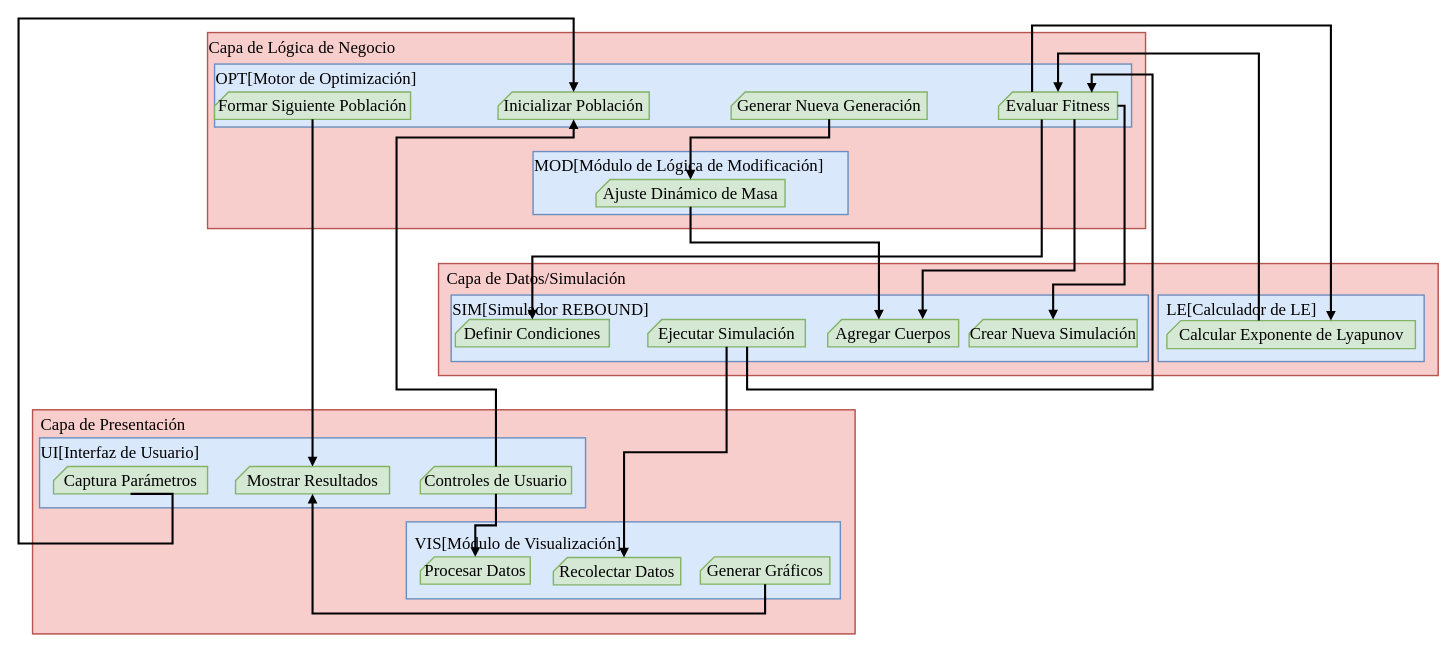
The draw.io diagram page "Extendido" (1 of 4) of img/Diseño/Arquitectura.drawio in CARBAJE/ReporteTecnico, before the edit. Source tidied: cells renumbered, new cells numbered last; positions are measured from the earlier drawing's top-left corner, leaving out a move shared by most shapes. Both pictures are drawn from the tidied source at 70%, with x=0, y=0 at pixel (18, 18).
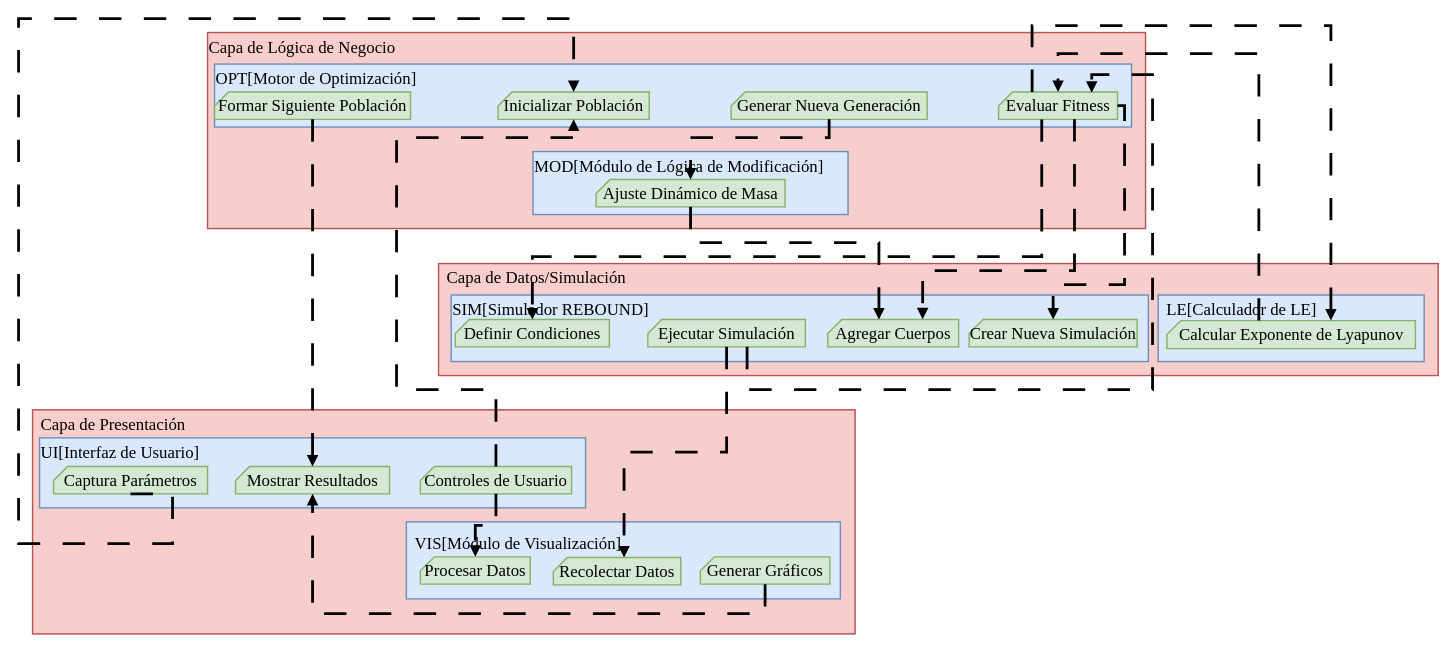
After the change.

The change refers to these unchanged cells:
```xml
<mxCell id="7" value="Inicializar Población" style="shape=card;whiteSpace=wrap;size=20;arcSize=12;strokeWidth=2;fontSize=24;fontFamily=Times New Roman;fillColor=#d5e8d4;strokeColor=#82b366;" parent="1" vertex="1">
  <mxGeometry x="685" y="105" width="216" height="39" as="geometry" />
</mxCell>
<mxCell id="8" value="Generar Nueva Generación" style="shape=card;whiteSpace=wrap;size=20;arcSize=12;strokeWidth=2;fontSize=24;fontFamily=Times New Roman;fillColor=#d5e8d4;strokeColor=#82b366;" parent="1" vertex="1">
  <mxGeometry x="1018" y="105" width="280" height="39" as="geometry" />
</mxCell>
<mxCell id="9" value="Evaluar Fitness" style="shape=card;whiteSpace=wrap;size=20;arcSize=12;strokeWidth=2;fontSize=24;fontFamily=Times New Roman;fillColor=#d5e8d4;strokeColor=#82b366;" parent="1" vertex="1">
  <mxGeometry x="1400" y="105" width="170" height="39" as="geometry" />
</mxCell>
<mxCell id="10" value="Formar Siguiente Población" style="shape=card;whiteSpace=wrap;size=20;arcSize=12;strokeWidth=2;fontSize=24;fontFamily=Times New Roman;fillColor=#d5e8d4;strokeColor=#82b366;" parent="1" vertex="1">
  <mxGeometry x="280" y="105" width="280" height="39" as="geometry" />
</mxCell>
<mxCell id="11" value="Ajuste Dinámico de Masa" style="shape=card;whiteSpace=wrap;size=20;arcSize=12;strokeWidth=2;fontSize=24;fontFamily=Times New Roman;fillColor=#d5e8d4;strokeColor=#82b366;" parent="1" vertex="1">
  <mxGeometry x="825" y="230" width="270" height="39" as="geometry" />
</mxCell>
<mxCell id="15" value="Crear Nueva Simulación" style="shape=card;whiteSpace=wrap;size=20;arcSize=12;strokeWidth=2;fontSize=24;fontFamily=Times New Roman;fillColor=#d5e8d4;strokeColor=#82b366;" parent="1" vertex="1">
  <mxGeometry x="1358" y="430" width="240" height="39" as="geometry" />
</mxCell>
<mxCell id="16" value="Agregar Cuerpos" style="shape=card;whiteSpace=wrap;size=20;arcSize=12;strokeWidth=2;fontSize=24;fontFamily=Times New Roman;fillColor=#d5e8d4;strokeColor=#82b366;" parent="1" vertex="1">
  <mxGeometry x="1156" y="430" width="187" height="39" as="geometry" />
</mxCell>
<mxCell id="17" value="Definir Condiciones" style="shape=card;whiteSpace=wrap;size=20;arcSize=12;strokeWidth=2;fontSize=24;fontFamily=Times New Roman;fillColor=#d5e8d4;strokeColor=#82b366;" parent="1" vertex="1">
  <mxGeometry x="624" y="430" width="220" height="39" as="geometry" />
</mxCell>
<mxCell id="18" value="Ejecutar Simulación" style="shape=card;whiteSpace=wrap;size=20;arcSize=12;strokeWidth=2;fontSize=24;fontFamily=Times New Roman;fillColor=#d5e8d4;strokeColor=#82b366;" parent="1" vertex="1">
  <mxGeometry x="899" y="430" width="225" height="39" as="geometry" />
</mxCell>
<mxCell id="19" value="Calcular Exponente de Lyapunov" style="shape=card;whiteSpace=wrap;size=20;arcSize=12;strokeWidth=2;fontSize=24;fontFamily=Times New Roman;fillColor=#d5e8d4;strokeColor=#82b366;" parent="1" vertex="1">
  <mxGeometry x="1640.5" y="431.5" width="355" height="40" as="geometry" />
</mxCell>
<mxCell id="23" value="Captura Parámetros" style="shape=card;whiteSpace=wrap;size=20;arcSize=12;strokeWidth=2;fontSize=24;fontFamily=Times New Roman;fillColor=#d5e8d4;strokeColor=#82b366;" parent="1" vertex="1">
  <mxGeometry x="50" y="640" width="220" height="39" as="geometry" />
</mxCell>
<mxCell id="24" value="Mostrar Resultados" style="shape=card;whiteSpace=wrap;size=20;arcSize=12;strokeWidth=2;fontSize=24;fontFamily=Times New Roman;fillColor=#d5e8d4;strokeColor=#82b366;" parent="1" vertex="1">
  <mxGeometry x="310" y="640" width="220" height="39" as="geometry" />
</mxCell>
<mxCell id="25" value="Controles de Usuario" style="shape=card;whiteSpace=wrap;size=20;arcSize=12;strokeWidth=2;fontSize=24;fontFamily=Times New Roman;fillColor=#d5e8d4;strokeColor=#82b366;" parent="1" vertex="1">
  <mxGeometry x="574" y="640" width="216" height="39" as="geometry" />
</mxCell>
<mxCell id="26" value="Recolectar Datos" style="shape=card;whiteSpace=wrap;size=20;arcSize=12;strokeWidth=2;fontSize=24;fontFamily=Times New Roman;fillColor=#d5e8d4;strokeColor=#82b366;" parent="1" vertex="1">
  <mxGeometry x="764" y="770" width="182" height="39" as="geometry" />
</mxCell>
<mxCell id="27" value="Procesar Datos" style="shape=card;whiteSpace=wrap;size=20;arcSize=12;strokeWidth=2;fontSize=24;fontFamily=Times New Roman;fillColor=#d5e8d4;strokeColor=#82b366;" parent="1" vertex="1">
  <mxGeometry x="574" y="769" width="157" height="39" as="geometry" />
</mxCell>
<mxCell id="28" value="Generar Gráficos" style="shape=card;whiteSpace=wrap;size=20;arcSize=12;strokeWidth=2;fontSize=24;fontFamily=Times New Roman;fillColor=#d5e8d4;strokeColor=#82b366;" parent="1" vertex="1">
  <mxGeometry x="974" y="769" width="185" height="39" as="geometry" />
</mxCell>
```

Change to the diagram source:
```diff
@@
-    <mxCell id="29" style="startArrow=none;endArrow=block;exitX=0.5;exitY=1;entryX=0.5;entryY=0;rounded=0;entryDx=0;entryDy=0;entryPerimeter=0;fontSize=24;fontFamily=Times New Roman;strokeWidth=3;edgeStyle=orthogonalEdgeStyle;" parent="1" edge="1" source="23" target="7">
+    <mxCell id="29" style="startArrow=none;endArrow=block;exitX=0.5;exitY=1;entryX=0.5;entryY=0;rounded=0;entryDx=0;entryDy=0;entryPerimeter=0;fontSize=24;fontFamily=Times New Roman;strokeWidth=4;edgeStyle=orthogonalEdgeStyle;dashed=1;dashPattern=8 8;" parent="1" edge="1" source="23" target="7">
       <mxGeometry relative="1" as="geometry">
         <Array as="points">
           <mxPoint x="220" y="679" />
           <mxPoint x="220" y="750" />
           <mxPoint y="750" />
           <mxPoint />
           <mxPoint x="793" />
         </Array>
       </mxGeometry>
     </mxCell>
-    <mxCell id="30" style="startArrow=none;endArrow=block;exitX=0.5;exitY=1;entryX=0.5;entryY=0;rounded=0;exitDx=0;exitDy=0;exitPerimeter=0;fontSize=24;fontFamily=Times New Roman;strokeWidth=3;edgeStyle=orthogonalEdgeStyle;entryDx=0;entryDy=0;entryPerimeter=0;" parent="1" edge="1" source="10" target="24">
+    <mxCell id="30" style="startArrow=none;endArrow=block;exitX=0.5;exitY=1;entryX=0.5;entryY=0;rounded=0;exitDx=0;exitDy=0;exitPerimeter=0;fontSize=24;fontFamily=Times New Roman;strokeWidth=4;edgeStyle=orthogonalEdgeStyle;entryDx=0;entryDy=0;entryPerimeter=0;dashed=1;dashPattern=8 8;" parent="1" edge="1" source="10" target="24">
       <mxGeometry relative="1" as="geometry">
         <Array as="points">
           <mxPoint x="420" y="580" />
           <mxPoint x="420" y="580" />
         </Array>
       </mxGeometry>
     </mxCell>
-    <mxCell id="31" style="startArrow=none;endArrow=block;exitX=1;exitY=0.5;entryX=0.5;entryY=0;rounded=0;fontSize=24;fontFamily=Times New Roman;strokeWidth=3;edgeStyle=orthogonalEdgeStyle;exitDx=0;exitDy=0;exitPerimeter=0;" parent="1" edge="1" source="9" target="15">
+    <mxCell id="31" style="startArrow=none;endArrow=block;exitX=1;exitY=0.5;entryX=0.5;entryY=0;rounded=0;fontSize=24;fontFamily=Times New Roman;strokeWidth=4;edgeStyle=orthogonalEdgeStyle;exitDx=0;exitDy=0;exitPerimeter=0;dashed=1;dashPattern=8 8;" parent="1" edge="1" source="9" target="15">
       <mxGeometry relative="1" as="geometry">
         <Array as="points">
           <mxPoint x="1580" y="124" />
           <mxPoint x="1580" y="380" />
           <mxPoint x="1478" y="380" />
         </Array>
       </mxGeometry>
     </mxCell>
-    <mxCell id="32" style="startArrow=none;endArrow=block;exitX=0.638;exitY=0.994;entryX=0.725;entryY=-0.011;rounded=0;fontSize=24;fontFamily=Times New Roman;strokeWidth=3;edgeStyle=orthogonalEdgeStyle;exitDx=0;exitDy=0;exitPerimeter=0;entryDx=0;entryDy=0;entryPerimeter=0;" parent="1" edge="1" source="9" target="16">
+    <mxCell id="32" style="startArrow=none;endArrow=block;exitX=0.638;exitY=0.994;entryX=0.725;entryY=-0.011;rounded=0;fontSize=24;fontFamily=Times New Roman;strokeWidth=4;edgeStyle=orthogonalEdgeStyle;exitDx=0;exitDy=0;exitPerimeter=0;entryDx=0;entryDy=0;entryPerimeter=0;dashed=1;dashPattern=8 8;" parent="1" edge="1" source="9" target="16">
       <mxGeometry relative="1" as="geometry">
         <Array as="points">
           <mxPoint x="1509" y="360" />
           <mxPoint x="1292" y="360" />
         </Array>
       </mxGeometry>
     </mxCell>
-    <mxCell id="33" style="startArrow=none;endArrow=block;exitX=0.363;exitY=1.004;entryX=0.5;entryY=0;rounded=0;fontSize=24;fontFamily=Times New Roman;strokeWidth=3;edgeStyle=orthogonalEdgeStyle;exitDx=0;exitDy=0;exitPerimeter=0;" parent="1" edge="1" source="9" target="17">
+    <mxCell id="33" style="startArrow=none;endArrow=block;exitX=0.363;exitY=1.004;entryX=0.5;entryY=0;rounded=0;fontSize=24;fontFamily=Times New Roman;strokeWidth=4;edgeStyle=orthogonalEdgeStyle;exitDx=0;exitDy=0;exitPerimeter=0;dashed=1;dashPattern=8 8;" parent="1" edge="1" source="9" target="17">
       <mxGeometry relative="1" as="geometry">
         <Array as="points">
           <mxPoint x="1462" y="340" />
           <mxPoint x="734" y="340" />
         </Array>
       </mxGeometry>
     </mxCell>
-    <mxCell id="34" style="startArrow=none;endArrow=block;exitX=0.282;exitY=-0.002;entryX=0.66;entryY=0;rounded=0;exitDx=0;exitDy=0;exitPerimeter=0;fontSize=24;fontFamily=Times New Roman;strokeWidth=3;edgeStyle=orthogonalEdgeStyle;" parent="1" edge="1" source="9" target="19">
+    <mxCell id="34" style="startArrow=none;endArrow=block;exitX=0.282;exitY=-0.002;entryX=0.66;entryY=0;rounded=0;exitDx=0;exitDy=0;exitPerimeter=0;fontSize=24;fontFamily=Times New Roman;strokeWidth=4;edgeStyle=orthogonalEdgeStyle;dashed=1;dashPattern=8 8;" parent="1" edge="1" source="9" target="19">
       <mxGeometry relative="1" as="geometry">
         <Array as="points">
           <mxPoint x="1448" y="10" />
           <mxPoint x="1875" y="10" />
         </Array>
       </mxGeometry>
     </mxCell>
-    <mxCell id="35" style="startArrow=none;endArrow=block;exitX=0.63;exitY=1;entryX=0.783;entryY=0.024;rounded=0;entryDx=0;entryDy=0;entryPerimeter=0;fontSize=24;fontFamily=Times New Roman;strokeWidth=3;edgeStyle=orthogonalEdgeStyle;" parent="1" edge="1" source="18" target="9">
+    <mxCell id="35" style="startArrow=none;endArrow=block;exitX=0.63;exitY=1;entryX=0.783;entryY=0.024;rounded=0;entryDx=0;entryDy=0;entryPerimeter=0;fontSize=24;fontFamily=Times New Roman;strokeWidth=4;edgeStyle=orthogonalEdgeStyle;dashed=1;dashPattern=8 8;" parent="1" edge="1" source="18" target="9">
       <mxGeometry relative="1" as="geometry">
         <Array as="points">
           <mxPoint x="1041" y="530" />
           <mxPoint x="1620" y="530" />
           <mxPoint x="1620" y="80" />
           <mxPoint x="1533" y="80" />
         </Array>
       </mxGeometry>
     </mxCell>
-    <mxCell id="36" style="startArrow=none;endArrow=block;exitX=0.5;exitY=1;entryX=0;entryY=0;rounded=0;fontSize=24;fontFamily=Times New Roman;exitDx=0;exitDy=0;exitPerimeter=0;strokeWidth=3;edgeStyle=orthogonalEdgeStyle;entryDx=101;entryDy=0;entryPerimeter=0;" parent="1" edge="1" source="18" target="26">
+    <mxCell id="36" style="startArrow=none;endArrow=block;exitX=0.5;exitY=1;entryX=0;entryY=0;rounded=0;fontSize=24;fontFamily=Times New Roman;exitDx=0;exitDy=0;exitPerimeter=0;strokeWidth=4;edgeStyle=orthogonalEdgeStyle;entryDx=101;entryDy=0;entryPerimeter=0;dashed=1;dashPattern=8 8;" parent="1" edge="1" source="18" target="26">
       <mxGeometry relative="1" as="geometry" />
     </mxCell>
-    <mxCell id="37" style="startArrow=none;endArrow=block;exitX=0.37;exitY=0;entryX=0.5;entryY=0;rounded=0;entryDx=0;entryDy=0;entryPerimeter=0;fontSize=24;fontFamily=Times New Roman;strokeWidth=3;edgeStyle=orthogonalEdgeStyle;" parent="1" edge="1" source="19" target="9">
+    <mxCell id="37" style="startArrow=none;endArrow=block;exitX=0.37;exitY=0;entryX=0.5;entryY=0;rounded=0;entryDx=0;entryDy=0;entryPerimeter=0;fontSize=24;fontFamily=Times New Roman;strokeWidth=4;edgeStyle=orthogonalEdgeStyle;dashed=1;dashPattern=8 8;" parent="1" edge="1" source="19" target="9">
       <mxGeometry relative="1" as="geometry">
         <Array as="points">
           <mxPoint x="1772" y="50" />
           <mxPoint x="1485" y="50" />
         </Array>
       </mxGeometry>
     </mxCell>
-    <mxCell id="38" style="startArrow=none;endArrow=block;exitX=0.5;exitY=1;entryX=0.391;entryY=0.001;rounded=0;fontSize=24;fontFamily=Times New Roman;entryDx=0;entryDy=0;entryPerimeter=0;strokeWidth=3;edgeStyle=orthogonalEdgeStyle;" parent="1" edge="1" source="11" target="16">
+    <mxCell id="38" style="startArrow=none;endArrow=block;exitX=0.5;exitY=1;entryX=0.391;entryY=0.001;rounded=0;fontSize=24;fontFamily=Times New Roman;entryDx=0;entryDy=0;entryPerimeter=0;strokeWidth=4;edgeStyle=orthogonalEdgeStyle;dashed=1;dashPattern=8 8;" parent="1" edge="1" source="11" target="16">
       <mxGeometry relative="1" as="geometry">
         <Array as="points">
           <mxPoint x="960" y="320" />
           <mxPoint x="1229" y="320" />
         </Array>
       </mxGeometry>
     </mxCell>
-    <mxCell id="39" style="startArrow=none;endArrow=block;exitX=0.5;exitY=0;entryX=0.5;entryY=1;rounded=0;entryDx=0;entryDy=0;entryPerimeter=0;fontSize=24;fontFamily=Times New Roman;strokeWidth=3;edgeStyle=orthogonalEdgeStyle;exitDx=0;exitDy=0;exitPerimeter=0;" parent="1" edge="1" source="25" target="7">
+    <mxCell id="39" style="startArrow=none;endArrow=block;exitX=0.5;exitY=0;entryX=0.5;entryY=1;rounded=0;entryDx=0;entryDy=0;entryPerimeter=0;fontSize=24;fontFamily=Times New Roman;strokeWidth=4;edgeStyle=orthogonalEdgeStyle;exitDx=0;exitDy=0;exitPerimeter=0;dashed=1;dashPattern=8 8;" parent="1" edge="1" source="25" target="7">
       <mxGeometry relative="1" as="geometry">
         <Array as="points">
           <mxPoint x="682" y="530" />
           <mxPoint x="540" y="530" />
           <mxPoint x="540" y="170" />
           <mxPoint x="793" y="170" />
         </Array>
       </mxGeometry>
     </mxCell>
-    <mxCell id="40" style="startArrow=none;endArrow=block;exitX=0.5;exitY=1;entryX=0.5;entryY=0;rounded=0;entryDx=0;entryDy=0;entryPerimeter=0;fontSize=24;fontFamily=Times New Roman;strokeWidth=3;edgeStyle=orthogonalEdgeStyle;" parent="1" edge="1" source="8" target="11">
+    <mxCell id="40" style="startArrow=none;endArrow=block;exitX=0.5;exitY=1;entryX=0.5;entryY=0;rounded=0;entryDx=0;entryDy=0;entryPerimeter=0;fontSize=24;fontFamily=Times New Roman;strokeWidth=4;edgeStyle=orthogonalEdgeStyle;dashed=1;dashPattern=8 8;" parent="1" edge="1" source="8" target="11">
       <mxGeometry relative="1" as="geometry">
         <Array as="points">
           <mxPoint x="1158" y="170" />
           <mxPoint x="960" y="170" />
         </Array>
       </mxGeometry>
     </mxCell>
-    <mxCell id="41" style="startArrow=none;endArrow=block;exitX=0.5;exitY=1;entryX=0.5;entryY=1;rounded=0;fontSize=24;fontFamily=Times New Roman;strokeWidth=3;edgeStyle=orthogonalEdgeStyle;entryDx=0;entryDy=0;entryPerimeter=0;" parent="1" edge="1" source="28" target="24">
+    <mxCell id="41" style="startArrow=none;endArrow=block;exitX=0.5;exitY=1;entryX=0.5;entryY=1;rounded=0;fontSize=24;fontFamily=Times New Roman;strokeWidth=4;edgeStyle=orthogonalEdgeStyle;entryDx=0;entryDy=0;entryPerimeter=0;dashed=1;dashPattern=8 8;" parent="1" edge="1" source="28" target="24">
       <mxGeometry relative="1" as="geometry">
         <Array as="points">
           <mxPoint x="1066" y="850" />
           <mxPoint x="420" y="850" />
         </Array>
       </mxGeometry>
     </mxCell>
-    <mxCell id="42" style="startArrow=none;endArrow=block;exitX=0.5;exitY=1;entryX=0.5;entryY=0;rounded=0;fontSize=24;fontFamily=Times New Roman;strokeWidth=3;edgeStyle=orthogonalEdgeStyle;entryDx=0;entryDy=0;entryPerimeter=0;exitDx=0;exitDy=0;exitPerimeter=0;" parent="1" edge="1" source="25" target="27">
+    <mxCell id="42" style="startArrow=none;endArrow=block;exitX=0.5;exitY=1;entryX=0.5;entryY=0;rounded=0;fontSize=24;fontFamily=Times New Roman;strokeWidth=4;edgeStyle=orthogonalEdgeStyle;entryDx=0;entryDy=0;entryPerimeter=0;exitDx=0;exitDy=0;exitPerimeter=0;dashed=1;dashPattern=8 8;" parent="1" edge="1" source="25" target="27">
       <mxGeometry relative="1" as="geometry" />
     </mxCell>
```
